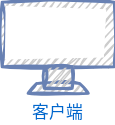
luguosong/images keeps this draw.io diagram as diagrams/java_serve/web_application/mvc/SpringMVC执行过程.svg. Above is the earlier version. Source tidied: cells renumbered, new cells last; positions are measured from the earlier drawing's top-left corner, leaving out a move shared by most shapes.
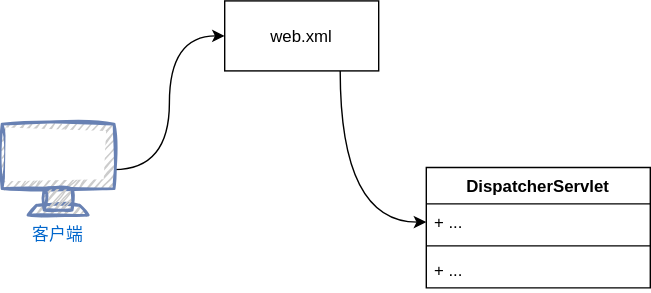
After the commit.

Commit message:
更新SpringMVC执行过程.svg

Change to the diagram source:
```diff
@@ -2,8 +2,29 @@
   <root>
     <mxCell id="0" />
     <mxCell id="1" parent="0" />
+    <mxCell id="3" style="edgeStyle=orthogonalEdgeStyle;curved=1;rounded=0;jettySize=auto;exitX=1;exitY=0.5;exitDx=0;exitDy=0;exitPerimeter=0;entryX=0;entryY=0.5;entryDx=0;entryDy=0;" parent="1" edge="1" source="2" target="5">
+      <mxGeometry relative="1" as="geometry" />
+    </mxCell>
     <mxCell id="2" value="客户端" style="fontColor=#0066CC;verticalAlign=top;verticalLabelPosition=bottom;labelPosition=center;align=center;outlineConnect=0;fillColor=#CCCCCC;strokeColor=#6881B3;gradientColor=none;gradientDirection=north;strokeWidth=2;shape=mxgraph.networks.monitor;sketch=1;hachureGap=4;jiggle=2;curveFitting=1;fontFamily=Architects Daughter;fontSource=https%3A%2F%2Ffonts.googleapis.com%2Fcss%3Ffamily%3DArchitects%2BDaughter;" parent="1" vertex="1">
       <mxGeometry width="80" height="65" as="geometry" />
     </mxCell>
+    <mxCell id="4" style="edgeStyle=orthogonalEdgeStyle;curved=1;rounded=0;jettySize=auto;exitX=0.75;exitY=1;exitDx=0;exitDy=0;entryX=0;entryY=0.5;entryDx=0;entryDy=0;" parent="1" edge="1" source="5" target="7">
+      <mxGeometry relative="1" as="geometry" />
+    </mxCell>
+    <mxCell id="5" value="web.xml" parent="1" vertex="1">
+      <mxGeometry x="159" y="-88" width="110" height="50" as="geometry" />
+    </mxCell>
+    <mxCell id="6" value="DispatcherServlet" style="swimlane;fontStyle=1;align=center;verticalAlign=top;horizontal=1;startSize=26;" parent="1" vertex="1">
+      <mxGeometry x="303" y="31" width="160" height="86" as="geometry" />
+    </mxCell>
+    <mxCell id="7" value="+ ..." style="text;strokeColor=none;fillColor=none;align=left;verticalAlign=top;spacingLeft=4;spacingRight=4;overflow=hidden;points=[[0,0.5],[1,0.5]];portConstraint=eastwest;" parent="6" vertex="1">
+      <mxGeometry y="26" width="160" height="26" as="geometry" />
+    </mxCell>
+    <mxCell id="8" style="line;strokeWidth=1;fillColor=none;align=left;verticalAlign=middle;spacingTop=-1;spacingLeft=3;spacingRight=3;labelPosition=right;strokeColor=inherit;" parent="6" vertex="1">
+      <mxGeometry y="52" width="160" height="8" as="geometry" />
+    </mxCell>
+    <mxCell id="9" value="+ ..." style="text;strokeColor=none;fillColor=none;align=left;verticalAlign=top;spacingLeft=4;spacingRight=4;overflow=hidden;" parent="6" vertex="1">
+      <mxGeometry y="60" width="160" height="26" as="geometry" />
+    </mxCell>
   </root>
 </mxGraphModel>
```
